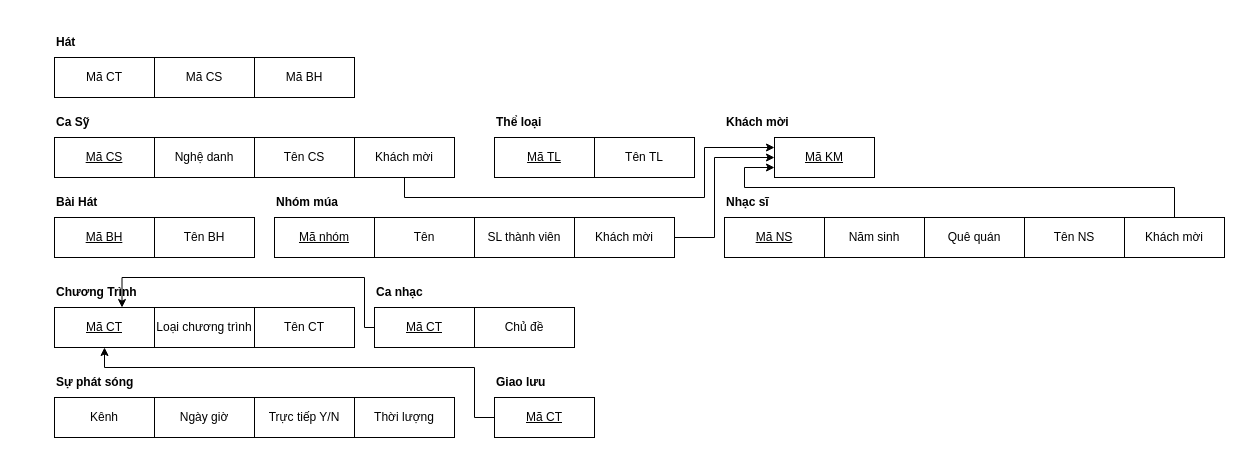
quangmnh/drawio keeps this draw.io diagram as page "Page-4" (4 of 4) of lab3.drawio. Above is the earlier version. Source tidied: cells renumbered, new cells numbered last; positions are measured from the earlier drawing's top-left corner, leaving out a move shared by most shapes. Both pictures are drawn from the tidied source at 100%, with x=0, y=0 at pixel (54, 27).
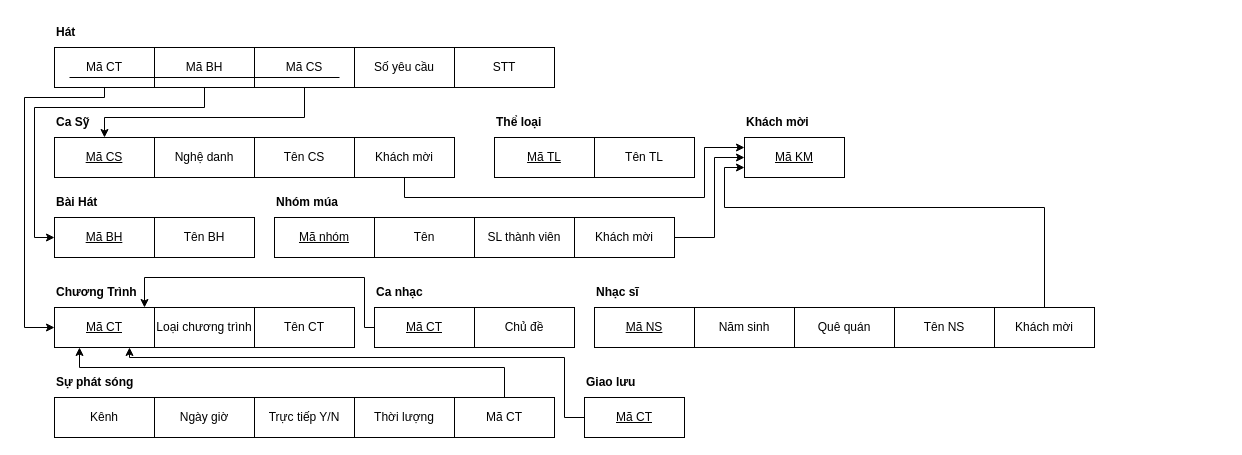
The same page after the edit.

Unchanged cells that the change refers to:
```xml
<mxCell id="2" value="&lt;u&gt;Mã CS&lt;/u&gt;" style="whiteSpace=wrap;html=1;align=center;" parent="1" vertex="1">
  <mxGeometry y="110" width="100" height="40" as="geometry" />
</mxCell>
<mxCell id="6" value="&lt;u&gt;Mã BH&lt;/u&gt;" style="whiteSpace=wrap;html=1;align=center;" parent="1" vertex="1">
  <mxGeometry y="190" width="100" height="40" as="geometry" />
</mxCell>
<mxCell id="9" value="&lt;u&gt;Mã CT&lt;/u&gt;" style="whiteSpace=wrap;html=1;align=center;" parent="1" vertex="1">
  <mxGeometry y="280" width="100" height="40" as="geometry" />
</mxCell>
<mxCell id="11" value="&lt;b&gt;Chương Trình&lt;/b&gt;" style="text;html=1;strokeColor=none;fillColor=none;align=left;verticalAlign=middle;whiteSpace=wrap;rounded=0;" parent="1" vertex="1">
  <mxGeometry y="250" width="90" height="30" as="geometry" />
</mxCell>
<mxCell id="19" value="&lt;u&gt;Mã CT&lt;/u&gt;" style="whiteSpace=wrap;html=1;align=center;" parent="1" vertex="1">
  <mxGeometry x="320" y="280" width="100" height="40" as="geometry" />
</mxCell>
<mxCell id="40" value="Khách mời" style="whiteSpace=wrap;html=1;align=center;" parent="1" vertex="1">
  <mxGeometry x="300" y="110" width="100" height="40" as="geometry" />
</mxCell>
```

Change to the diagram source:
```diff
@@
-    <mxCell id="18" style="edgeStyle=orthogonalEdgeStyle;rounded=0;jettySize=auto;html=1;exitX=0;exitY=0.5;exitDx=0;exitDy=0;entryX=0.75;entryY=1;entryDx=0;entryDy=0;" parent="1" edge="1" source="19" target="11">
+    <mxCell id="18" style="edgeStyle=orthogonalEdgeStyle;rounded=0;jettySize=auto;html=1;exitX=0;exitY=0.5;exitDx=0;exitDy=0;entryX=1;entryY=1;entryDx=0;entryDy=0;" parent="1" edge="1" source="19" target="11">
       <mxGeometry relative="1" as="geometry">
         <Array as="points">
           <mxPoint x="310" y="300" />
           <mxPoint x="310" y="250" />
-          <mxPoint x="67" y="250" />
+          <mxPoint x="90" y="250" />
         </Array>
       </mxGeometry>
     </mxCell>
@@
-    <mxCell id="22" style="edgeStyle=orthogonalEdgeStyle;rounded=0;jettySize=auto;html=1;exitX=0;exitY=0.5;exitDx=0;exitDy=0;entryX=0.5;entryY=1;entryDx=0;entryDy=0;" parent="1" edge="1" source="23" target="9">
+    <mxCell id="22" style="edgeStyle=orthogonalEdgeStyle;rounded=0;jettySize=auto;html=1;exitX=0;exitY=0.5;exitDx=0;exitDy=0;entryX=0.75;entryY=1;entryDx=0;entryDy=0;" parent="1" edge="1" source="23" target="9">
       <mxGeometry relative="1" as="geometry">
         <Array as="points">
-          <mxPoint x="420" y="390" />
-          <mxPoint x="420" y="340" />
-          <mxPoint x="50" y="340" />
+          <mxPoint x="510" y="390" />
+          <mxPoint x="510" y="330" />
+          <mxPoint x="75" y="330" />
         </Array>
       </mxGeometry>
     </mxCell>
     <mxCell id="23" value="&lt;u&gt;Mã CT&lt;/u&gt;" style="whiteSpace=wrap;html=1;align=center;" parent="1" vertex="1">
-      <mxGeometry x="440" y="370" width="100" height="40" as="geometry" />
+      <mxGeometry x="530" y="370" width="100" height="40" as="geometry" />
     </mxCell>
     <mxCell id="24" value="&lt;b&gt;Giao lưu&lt;/b&gt;" style="text;html=1;strokeColor=none;fillColor=none;align=left;verticalAlign=middle;whiteSpace=wrap;rounded=0;" parent="1" vertex="1">
-      <mxGeometry x="440" y="340" width="90" height="30" as="geometry" />
+      <mxGeometry x="530" y="340" width="90" height="30" as="geometry" />
     </mxCell>
@@
     <mxCell id="32" value="&lt;u&gt;Mã NS&lt;/u&gt;" style="whiteSpace=wrap;html=1;align=center;" parent="1" vertex="1">
-      <mxGeometry x="670" y="190" width="100" height="40" as="geometry" />
+      <mxGeometry x="540" y="280" width="100" height="40" as="geometry" />
     </mxCell>
     <mxCell id="33" value="&lt;b&gt;Nhạc sĩ&lt;/b&gt;" style="text;html=1;strokeColor=none;fillColor=none;align=left;verticalAlign=middle;whiteSpace=wrap;rounded=0;" parent="1" vertex="1">
-      <mxGeometry x="670" y="160" width="90" height="30" as="geometry" />
+      <mxGeometry x="540" y="250" width="90" height="30" as="geometry" />
     </mxCell>
     <mxCell id="34" value="Năm sinh" style="whiteSpace=wrap;html=1;align=center;" parent="1" vertex="1">
-      <mxGeometry x="770" y="190" width="100" height="40" as="geometry" />
+      <mxGeometry x="640" y="280" width="100" height="40" as="geometry" />
     </mxCell>
     <mxCell id="35" value="Quê quán" style="whiteSpace=wrap;html=1;align=center;" parent="1" vertex="1">
-      <mxGeometry x="870" y="190" width="100" height="40" as="geometry" />
+      <mxGeometry x="740" y="280" width="100" height="40" as="geometry" />
     </mxCell>
     <mxCell id="36" value="Tên NS" style="whiteSpace=wrap;html=1;align=center;" parent="1" vertex="1">
-      <mxGeometry x="970" y="190" width="100" height="40" as="geometry" />
+      <mxGeometry x="840" y="280" width="100" height="40" as="geometry" />
     </mxCell>
     <mxCell id="37" value="&lt;u&gt;Mã KM&lt;/u&gt;" style="whiteSpace=wrap;html=1;align=center;" parent="1" vertex="1">
-      <mxGeometry x="720" y="110" width="100" height="40" as="geometry" />
+      <mxGeometry x="690" y="110" width="100" height="40" as="geometry" />
     </mxCell>
     <mxCell id="38" value="&lt;b&gt;Khách mời&lt;/b&gt;" style="text;html=1;strokeColor=none;fillColor=none;align=left;verticalAlign=middle;whiteSpace=wrap;rounded=0;" parent="1" vertex="1">
-      <mxGeometry x="670" y="80" width="90" height="30" as="geometry" />
+      <mxGeometry x="690" y="80" width="90" height="30" as="geometry" />
     </mxCell>
     <mxCell id="39" style="edgeStyle=orthogonalEdgeStyle;rounded=0;jettySize=auto;html=1;exitX=0.5;exitY=1;exitDx=0;exitDy=0;" parent="1" edge="1" source="40">
       <mxGeometry relative="1" as="geometry">
-        <mxPoint x="720" y="120" as="targetPoint" />
+        <mxPoint x="690" y="120" as="targetPoint" />
         <Array as="points">
           <mxPoint x="350" y="170" />
           <mxPoint x="650" y="170" />
           <mxPoint x="650" y="120" />
-          <mxPoint x="720" y="120" />
         </Array>
       </mxGeometry>
     </mxCell>
@@
     <mxCell id="43" style="edgeStyle=orthogonalEdgeStyle;rounded=0;jettySize=auto;html=1;exitX=0.5;exitY=0;exitDx=0;exitDy=0;entryX=0;entryY=0.75;entryDx=0;entryDy=0;" parent="1" edge="1" source="44" target="37">
       <mxGeometry relative="1" as="geometry">
         <Array as="points">
-          <mxPoint x="1120" y="160" />
-          <mxPoint x="690" y="160" />
-          <mxPoint x="690" y="140" />
+          <mxPoint x="990" y="180" />
+          <mxPoint x="670" y="180" />
+          <mxPoint x="670" y="140" />
         </Array>
       </mxGeometry>
     </mxCell>
     <mxCell id="44" value="Khách mời" style="whiteSpace=wrap;html=1;align=center;" parent="1" vertex="1">
-      <mxGeometry x="1070" y="190" width="100" height="40" as="geometry" />
+      <mxGeometry x="940" y="280" width="100" height="40" as="geometry" />
     </mxCell>
+    <mxCell id="49" style="edgeStyle=orthogonalEdgeStyle;rounded=0;jettySize=auto;html=1;exitX=0.5;exitY=1;exitDx=0;exitDy=0;entryX=0;entryY=0.5;entryDx=0;entryDy=0;" parent="1" edge="1" source="45" target="9">
+      <mxGeometry relative="1" as="geometry">
+        <Array as="points">
+          <mxPoint x="50" y="70" />
+          <mxPoint x="-30" y="70" />
+          <mxPoint x="-30" y="300" />
+        </Array>
+      </mxGeometry>
+    </mxCell>
     <mxCell id="45" value="Mã CT" style="whiteSpace=wrap;html=1;align=center;" parent="1" vertex="1">
-      <mxGeometry y="30" width="100" height="40" as="geometry" />
+      <mxGeometry y="20" width="100" height="40" as="geometry" />
     </mxCell>
     <mxCell id="46" value="&lt;b&gt;Hát&lt;/b&gt;" style="text;html=1;strokeColor=none;fillColor=none;align=left;verticalAlign=middle;whiteSpace=wrap;rounded=0;" parent="1" vertex="1">
-      <mxGeometry width="90" height="30" as="geometry" />
+      <mxGeometry y="-10" width="90" height="30" as="geometry" />
     </mxCell>
+    <mxCell id="50" style="edgeStyle=orthogonalEdgeStyle;rounded=0;jettySize=auto;html=1;exitX=0.5;exitY=1;exitDx=0;exitDy=0;entryX=0.5;entryY=0;entryDx=0;entryDy=0;" parent="1" edge="1" source="47" target="2">
+      <mxGeometry relative="1" as="geometry">
+        <Array as="points">
+          <mxPoint x="250" y="90" />
+          <mxPoint x="50" y="90" />
+        </Array>
+      </mxGeometry>
+    </mxCell>
     <mxCell id="47" value="Mã CS" style="whiteSpace=wrap;html=1;align=center;" parent="1" vertex="1">
-      <mxGeometry x="100" y="30" width="100" height="40" as="geometry" />
+      <mxGeometry x="200" y="20" width="100" height="40" as="geometry" />
     </mxCell>
+    <mxCell id="51" style="edgeStyle=orthogonalEdgeStyle;rounded=0;jettySize=auto;html=1;exitX=0.5;exitY=1;exitDx=0;exitDy=0;entryX=0;entryY=0.5;entryDx=0;entryDy=0;" parent="1" edge="1" source="48" target="6">
+      <mxGeometry relative="1" as="geometry">
+        <Array as="points">
+          <mxPoint x="150" y="80" />
+          <mxPoint x="-20" y="80" />
+          <mxPoint x="-20" y="210" />
+        </Array>
+      </mxGeometry>
+    </mxCell>
     <mxCell id="48" value="Mã BH" style="whiteSpace=wrap;html=1;align=center;" parent="1" vertex="1">
-      <mxGeometry x="200" y="30" width="100" height="40" as="geometry" />
+      <mxGeometry x="100" y="20" width="100" height="40" as="geometry" />
     </mxCell>
+    <mxCell id="52" value="Số yêu cầu" style="whiteSpace=wrap;html=1;align=center;" parent="1" vertex="1">
+      <mxGeometry x="300" y="20" width="100" height="40" as="geometry" />
+    </mxCell>
+    <mxCell id="53" value="STT" style="whiteSpace=wrap;html=1;align=center;" parent="1" vertex="1">
+      <mxGeometry x="400" y="20" width="100" height="40" as="geometry" />
+    </mxCell>
+    <mxCell id="54" style="endArrow=none;html=1;rounded=0;edgeStyle=orthogonalEdgeStyle;" parent="1" edge="1">
+      <mxGeometry relative="1" as="geometry">
+        <mxPoint x="15" y="50" as="sourcePoint" />
+        <mxPoint x="285" y="50" as="targetPoint" />
+      </mxGeometry>
+    </mxCell>
+    <mxCell id="55" style="edgeStyle=orthogonalEdgeStyle;rounded=0;jettySize=auto;html=1;exitX=0.5;exitY=0;exitDx=0;exitDy=0;entryX=0.25;entryY=1;entryDx=0;entryDy=0;" parent="1" edge="1" source="56" target="9">
+      <mxGeometry relative="1" as="geometry">
+        <Array as="points">
+          <mxPoint x="450" y="340" />
+          <mxPoint x="25" y="340" />
+        </Array>
+      </mxGeometry>
+    </mxCell>
+    <mxCell id="56" value="Mã CT" style="whiteSpace=wrap;html=1;align=center;" parent="1" vertex="1">
+      <mxGeometry x="400" y="370" width="100" height="40" as="geometry" />
+    </mxCell>
```
